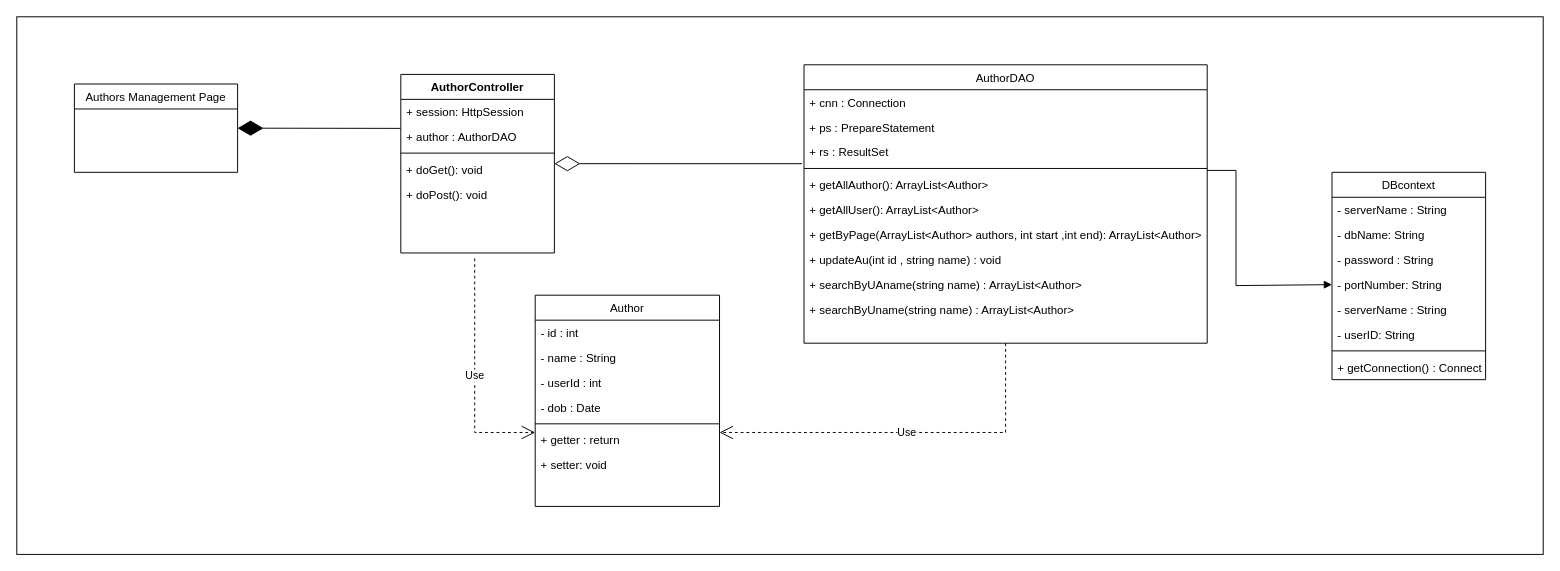
Earlier version of the draw.io diagram page "Trang-3" (3 of 8) of te3.drawio (baspdd/desktop-tutorial). Source tidied: cells renumbered, new cells numbered last; positions are measured from the earlier drawing's top-left corner, leaving out a move shared by most shapes. Both pictures are drawn from the tidied source at 96%, with x=0, y=0 at pixel (16, 16).
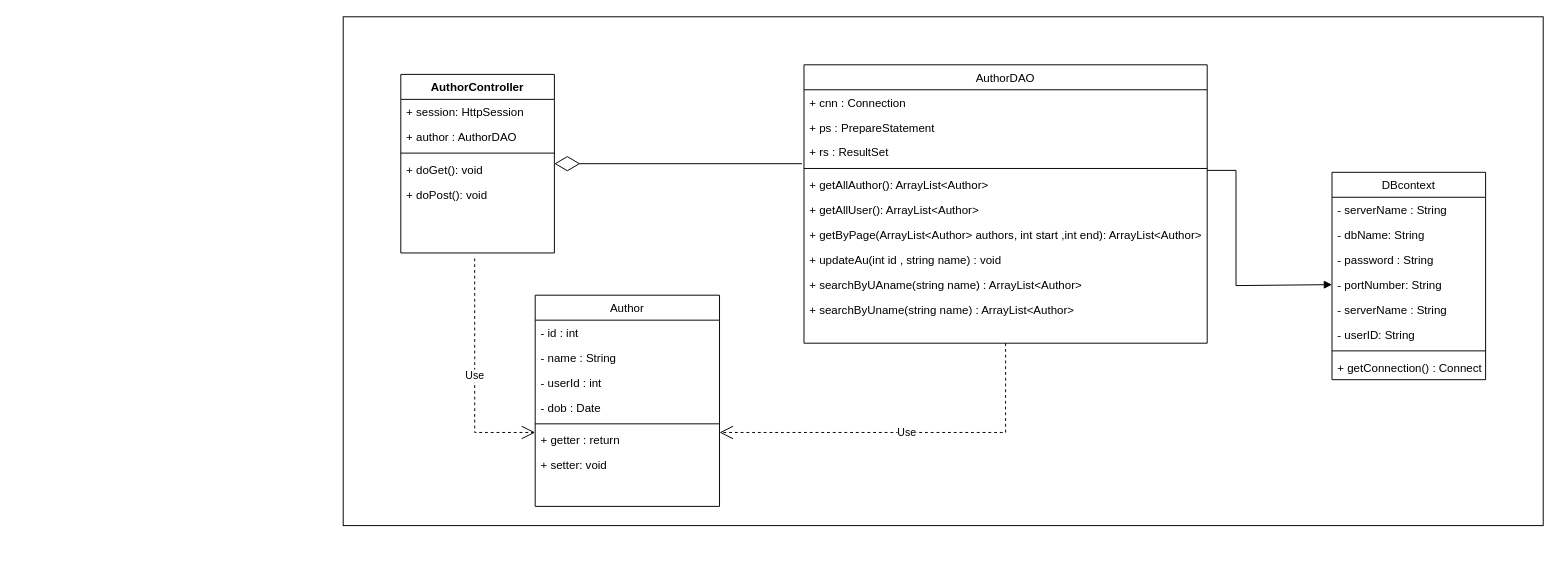
The same diagram, later.

The change refers to these unchanged cells:
```xml
<mxCell id="5" value="+ author : AuthorDAO" style="text;strokeColor=none;fillColor=none;align=left;verticalAlign=top;spacingLeft=4;spacingRight=4;overflow=hidden;points=[[0,0.5],[1,0.5]];portConstraint=eastwest;" parent="3" vertex="1">
  <mxGeometry y="52" width="160" height="26" as="geometry" />
</mxCell>
```

Change to the diagram source:
```diff
@@
     <mxCell id="2" style="rounded=0;whiteSpace=wrap;html=1;" parent="1" vertex="1">
-      <mxGeometry width="1590" height="560" as="geometry" />
+      <mxGeometry x="340" width="1250" height="530" as="geometry" />
     </mxCell>
@@
-    <mxCell id="9" value="Authors Management Page" style="swimlane;fontStyle=0;horizontal=1;startSize=26;fillColor=none;" parent="1" vertex="1">
-      <mxGeometry x="60" y="70" width="170" height="92" as="geometry" />
-    </mxCell>
@@
-    <mxCell id="42" style="endArrow=diamondThin;endFill=1;endSize=24;html=1;rounded=0;entryX=1;entryY=0.5;entryDx=0;entryDy=0;exitX=-0.002;exitY=0.163;exitDx=0;exitDy=0;exitPerimeter=0;" parent="1" edge="1" source="5" target="9">
-      <mxGeometry relative="1" as="geometry" />
-    </mxCell>
```
